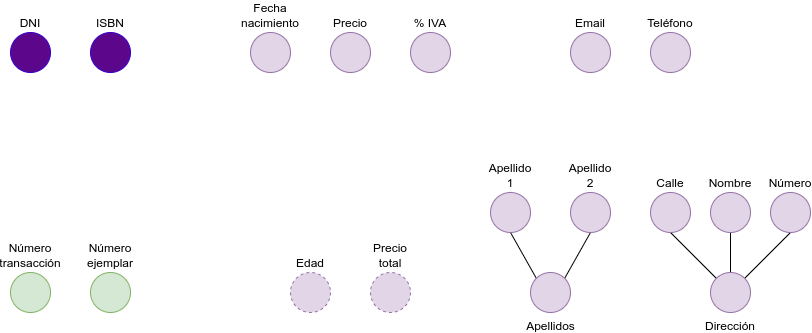
ull-cs/adbd keeps this draw.io diagram as entity-relationship-model/images/attributes-types.png. Above is the earlier version. Source tidied: cells renumbered, new cells last; positions are measured from the earlier drawing's top-left corner, leaving out a move shared by most shapes.
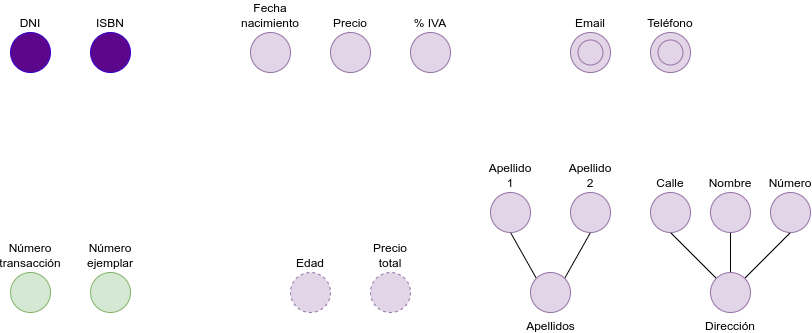
The same diagram one commit later.

Diff of the diagram source:
```diff
@@ -71,5 +71,11 @@
     <mxCell id="24" value="Número" style="ellipse;whiteSpace=wrap;html=1;fillColor=#e1d5e7;strokeColor=#9673a6;verticalAlign=bottom;labelPosition=center;verticalLabelPosition=top;align=center;" parent="1" vertex="1">
       <mxGeometry x="760" y="160" width="40" height="40" as="geometry" />
     </mxCell>
+    <mxCell id="25" style="ellipse;whiteSpace=wrap;html=1;fillColor=#e1d5e7;strokeColor=#9673a6;" parent="1" vertex="1">
+      <mxGeometry x="567.5" y="7.5" width="25" height="25" as="geometry" />
+    </mxCell>
+    <mxCell id="26" style="ellipse;whiteSpace=wrap;html=1;fillColor=#e1d5e7;strokeColor=#9673a6;" parent="1" vertex="1">
+      <mxGeometry x="647.5" y="7.5" width="25" height="25" as="geometry" />
+    </mxCell>
   </root>
 </mxGraphModel>
```
